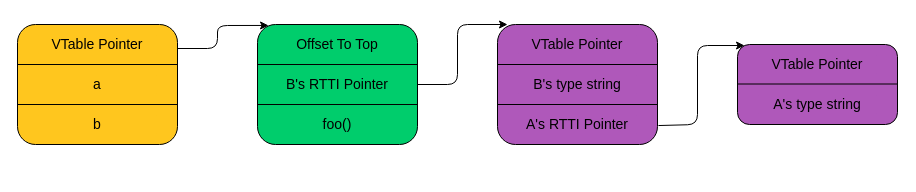
Above: rtti.drawio in luxufan/simple-website-template (draw.io), before the change. Source tidied: cells renumbered, new cells numbered last; positions are measured from the earlier drawing's top-left corner, leaving out a move shared by most shapes. Both pictures are drawn from the tidied source at 100%, with x=0, y=0 at pixel (17, 24).
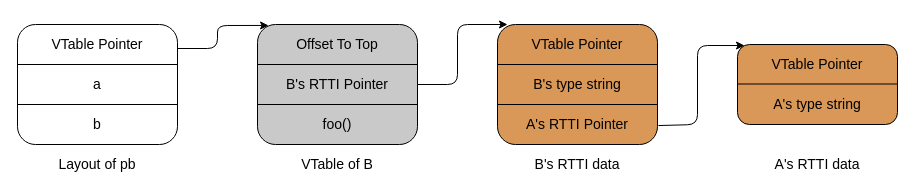
After the change.

The edit, as a diff of the source:
```diff
@@
-    <mxCell id="2" style="rounded=1;whiteSpace=wrap;html=1;fillColor=#FFC61E;" parent="1" vertex="1">
+    <mxCell id="2" style="rounded=1;whiteSpace=wrap;html=1;fillColor=#FFFFFF;" parent="1" vertex="1">
       <mxGeometry width="160" height="120" as="geometry" />
     </mxCell>
@@
-    <mxCell id="5" style="rounded=1;whiteSpace=wrap;html=1;fillColor=#00CD6C;strokeColor=default;" parent="1" vertex="1">
+    <mxCell id="5" style="rounded=1;whiteSpace=wrap;html=1;fillColor=#C9C9C9;strokeColor=default;" parent="1" vertex="1">
       <mxGeometry x="240" width="160" height="120" as="geometry" />
     </mxCell>
@@
-    <mxCell id="8" style="rounded=1;whiteSpace=wrap;html=1;fillColor=#AF58BA;strokeColor=default;" parent="1" vertex="1">
+    <mxCell id="8" style="rounded=1;whiteSpace=wrap;html=1;fillColor=#D99857;strokeColor=default;" parent="1" vertex="1">
       <mxGeometry x="480" width="160" height="120" as="geometry" />
     </mxCell>
@@
-    <mxCell id="11" style="rounded=1;whiteSpace=wrap;html=1;fillColor=#AF58BA;strokeColor=default;" parent="1" vertex="1">
+    <mxCell id="11" style="rounded=1;whiteSpace=wrap;html=1;fillColor=#D99857;strokeColor=default;" parent="1" vertex="1">
       <mxGeometry x="720" y="20" width="160" height="80" as="geometry" />
     </mxCell>
@@
-    <mxCell id="13" value="&lt;font style=&quot;font-size: 14px;&quot;&gt;VTable Pointer&lt;/font&gt;" style="rounded=1;whiteSpace=wrap;html=1;fillColor=#FFC61E;strokeColor=#FFC61E;" parent="1" vertex="1">
+    <mxCell id="13" value="&lt;font style=&quot;font-size: 14px;&quot;&gt;VTable Pointer&lt;/font&gt;" style="rounded=1;whiteSpace=wrap;html=1;fillColor=#FFFFFF;strokeColor=#FFFFFF;" parent="1" vertex="1">
       <mxGeometry x="20" y="10" width="120" height="20" as="geometry" />
     </mxCell>
-    <mxCell id="14" value="&lt;font style=&quot;font-size: 14px;&quot;&gt;a&lt;/font&gt;" style="rounded=1;whiteSpace=wrap;html=1;fillColor=#FFC61E;strokeColor=#FFC61E;" parent="1" vertex="1">
+    <mxCell id="14" value="&lt;font style=&quot;font-size: 14px;&quot;&gt;a&lt;/font&gt;" style="rounded=1;whiteSpace=wrap;html=1;fillColor=#FFFFFF;strokeColor=#FFFFFF;" parent="1" vertex="1">
       <mxGeometry x="20" y="50" width="120" height="20" as="geometry" />
     </mxCell>
-    <mxCell id="15" value="&lt;font style=&quot;font-size: 14px;&quot;&gt;b&lt;/font&gt;" style="rounded=1;whiteSpace=wrap;html=1;fillColor=#FFC61E;strokeColor=#FFC61E;" parent="1" vertex="1">
+    <mxCell id="15" value="&lt;font style=&quot;font-size: 14px;&quot;&gt;b&lt;/font&gt;" style="rounded=1;whiteSpace=wrap;html=1;fillColor=#FFFFFF;strokeColor=#FFFFFF;" parent="1" vertex="1">
       <mxGeometry x="20" y="90" width="120" height="20" as="geometry" />
     </mxCell>
-    <mxCell id="16" value="&lt;font style=&quot;font-size: 14px;&quot;&gt;Offset To Top&lt;/font&gt;" style="rounded=1;whiteSpace=wrap;html=1;fillColor=#00CD6C;strokeColor=#00CD6C;" parent="1" vertex="1">
+    <mxCell id="16" value="&lt;font style=&quot;font-size: 14px;&quot;&gt;Offset To Top&lt;/font&gt;" style="rounded=1;whiteSpace=wrap;html=1;fillColor=#C9C9C9;strokeColor=#C9C9C9;" parent="1" vertex="1">
       <mxGeometry x="260" y="10" width="120" height="20" as="geometry" />
     </mxCell>
-    <mxCell id="17" value="&lt;font style=&quot;font-size: 14px;&quot;&gt;B's RTTI Pointer&lt;/font&gt;" style="rounded=1;whiteSpace=wrap;html=1;fillColor=#00CD6C;strokeColor=#00CD6C;" parent="1" vertex="1">
+    <mxCell id="17" value="&lt;font style=&quot;font-size: 14px;&quot;&gt;B's RTTI Pointer&lt;/font&gt;" style="rounded=1;whiteSpace=wrap;html=1;fillColor=#C9C9C9;strokeColor=#C9C9C9;" parent="1" vertex="1">
       <mxGeometry x="260" y="50" width="120" height="20" as="geometry" />
     </mxCell>
-    <mxCell id="18" value="&lt;span style=&quot;font-size: 14px;&quot;&gt;foo()&lt;/span&gt;" style="rounded=1;whiteSpace=wrap;html=1;fillColor=#00CD6C;strokeColor=#00CD6C;" parent="1" vertex="1">
+    <mxCell id="18" value="&lt;span style=&quot;font-size: 14px;&quot;&gt;foo()&lt;/span&gt;" style="rounded=1;whiteSpace=wrap;html=1;fillColor=#C9C9C9;strokeColor=#C9C9C9;" parent="1" vertex="1">
       <mxGeometry x="260" y="90" width="120" height="20" as="geometry" />
     </mxCell>
-    <mxCell id="19" value="&lt;font style=&quot;font-size: 14px;&quot;&gt;VTable Pointer&lt;/font&gt;" style="rounded=1;whiteSpace=wrap;html=1;fillColor=#AF58BA;strokeColor=#AF58BA;" parent="1" vertex="1">
+    <mxCell id="19" value="&lt;font style=&quot;font-size: 14px;&quot;&gt;VTable Pointer&lt;/font&gt;" style="rounded=1;whiteSpace=wrap;html=1;fillColor=#D99857;strokeColor=#D99857;" parent="1" vertex="1">
       <mxGeometry x="500" y="10" width="120" height="20" as="geometry" />
     </mxCell>
-    <mxCell id="20" value="&lt;font style=&quot;font-size: 14px;&quot;&gt;B's type string&lt;/font&gt;" style="rounded=1;whiteSpace=wrap;html=1;fillColor=#AF58BA;strokeColor=#AF58BA;" parent="1" vertex="1">
+    <mxCell id="20" value="&lt;font style=&quot;font-size: 14px;&quot;&gt;B's type string&lt;/font&gt;" style="rounded=1;whiteSpace=wrap;html=1;fillColor=#D99857;strokeColor=#D99857;" parent="1" vertex="1">
       <mxGeometry x="500" y="50" width="120" height="20" as="geometry" />
     </mxCell>
-    <mxCell id="21" value="&lt;font style=&quot;font-size: 14px;&quot;&gt;A's RTTI Pointer&lt;/font&gt;" style="rounded=1;whiteSpace=wrap;html=1;fillColor=#AF58BA;strokeColor=#AF58BA;" parent="1" vertex="1">
+    <mxCell id="21" value="&lt;font style=&quot;font-size: 14px;&quot;&gt;A's RTTI Pointer&lt;/font&gt;" style="rounded=1;whiteSpace=wrap;html=1;fillColor=#D99857;strokeColor=#D99857;" parent="1" vertex="1">
       <mxGeometry x="500" y="90" width="120" height="20" as="geometry" />
     </mxCell>
-    <mxCell id="22" value="&lt;span style=&quot;font-size: 14px;&quot;&gt;VTable Pointer&lt;/span&gt;" style="rounded=1;whiteSpace=wrap;html=1;fillColor=#AF58BA;strokeColor=#AF58BA;" parent="1" vertex="1">
+    <mxCell id="22" value="&lt;span style=&quot;font-size: 14px;&quot;&gt;VTable Pointer&lt;/span&gt;" style="rounded=1;whiteSpace=wrap;html=1;fillColor=#D99857;strokeColor=#D99857;" parent="1" vertex="1">
       <mxGeometry x="740" y="30" width="120" height="20" as="geometry" />
     </mxCell>
-    <mxCell id="23" value="&lt;span style=&quot;font-size: 14px;&quot;&gt;A's type string&lt;/span&gt;" style="rounded=1;whiteSpace=wrap;html=1;fillColor=#AF58BA;strokeColor=#AF58BA;" parent="1" vertex="1">
+    <mxCell id="23" value="&lt;span style=&quot;font-size: 14px;&quot;&gt;A's type string&lt;/span&gt;" style="rounded=1;whiteSpace=wrap;html=1;fillColor=#D99857;strokeColor=#D99857;" parent="1" vertex="1">
       <mxGeometry x="740" y="70" width="120" height="20" as="geometry" />
     </mxCell>
@@
+    <mxCell id="27" value="Layout of pb" style="rounded=1;whiteSpace=wrap;html=1;fontSize=14;strokeColor=#FFFFFF;fillColor=#FFFFFF;" parent="1" vertex="1">
+      <mxGeometry x="20" y="130" width="120" height="20" as="geometry" />
+    </mxCell>
+    <mxCell id="28" value="VTable of B" style="rounded=1;whiteSpace=wrap;html=1;fontSize=14;strokeColor=#FFFFFF;fillColor=#FFFFFF;" parent="1" vertex="1">
+      <mxGeometry x="260" y="130" width="120" height="20" as="geometry" />
+    </mxCell>
+    <mxCell id="29" style="rounded=1;whiteSpace=wrap;html=1;fontSize=14;strokeColor=#FFFFFF;fillColor=#FFFFFF;" parent="1" vertex="1">
+      <mxGeometry x="500" y="130" width="120" height="20" as="geometry" />
+    </mxCell>
+    <mxCell id="30" value="B's RTTI data" style="rounded=1;whiteSpace=wrap;html=1;fontSize=14;strokeColor=#FFFFFF;fillColor=#FFFFFF;" parent="1" vertex="1">
+      <mxGeometry x="500" y="130" width="120" height="20" as="geometry" />
+    </mxCell>
+    <mxCell id="31" value="A's RTTI data" style="rounded=1;whiteSpace=wrap;html=1;fontSize=14;strokeColor=#FFFFFF;fillColor=#FFFFFF;" parent="1" vertex="1">
+      <mxGeometry x="740" y="130" width="120" height="20" as="geometry" />
+    </mxCell>
```
